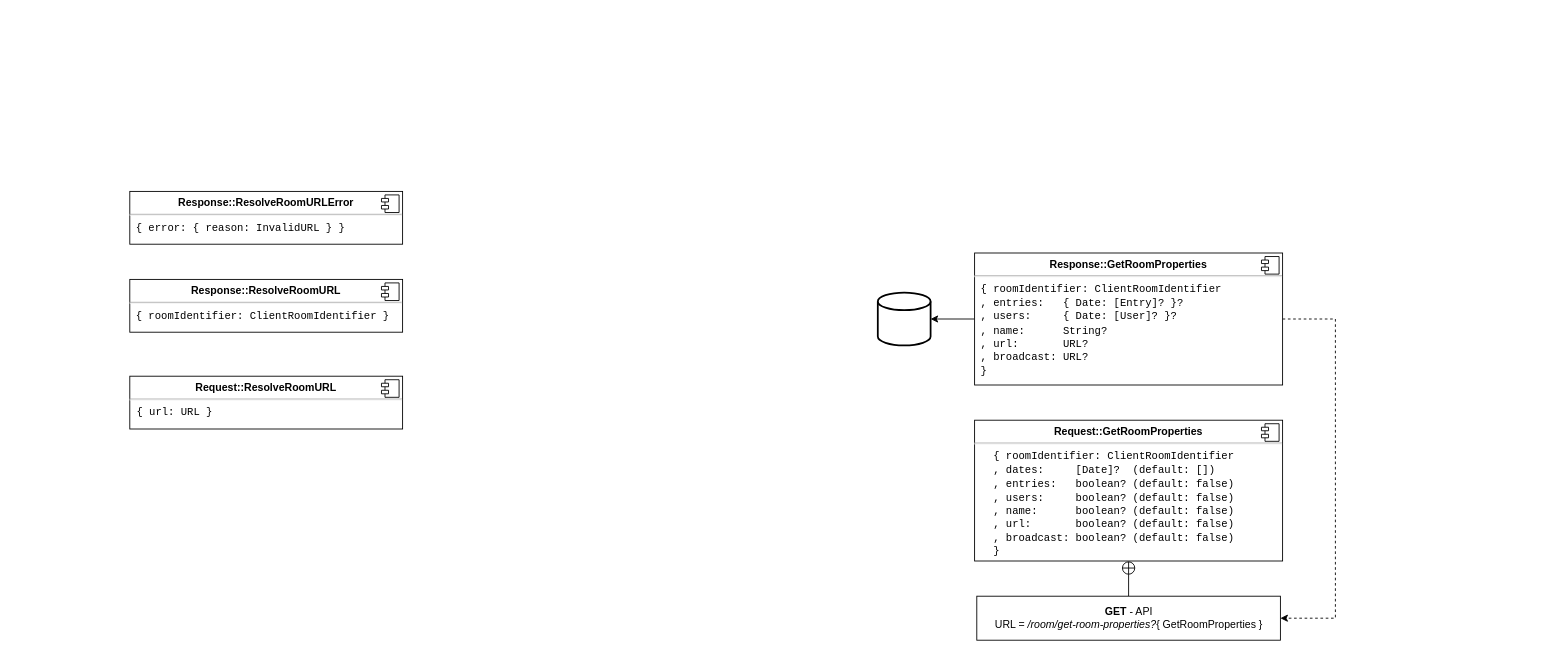
Above: room-protocol.drawio in felixnaredi/situps.space (draw.io), before the change. Source tidied: cells renumbered, new cells numbered last; positions are measured from the earlier drawing's top-left corner, leaving out a move shared by most shapes. Both pictures are drawn from the tidied source at 88%, with x=0, y=0 at pixel (129, 191).
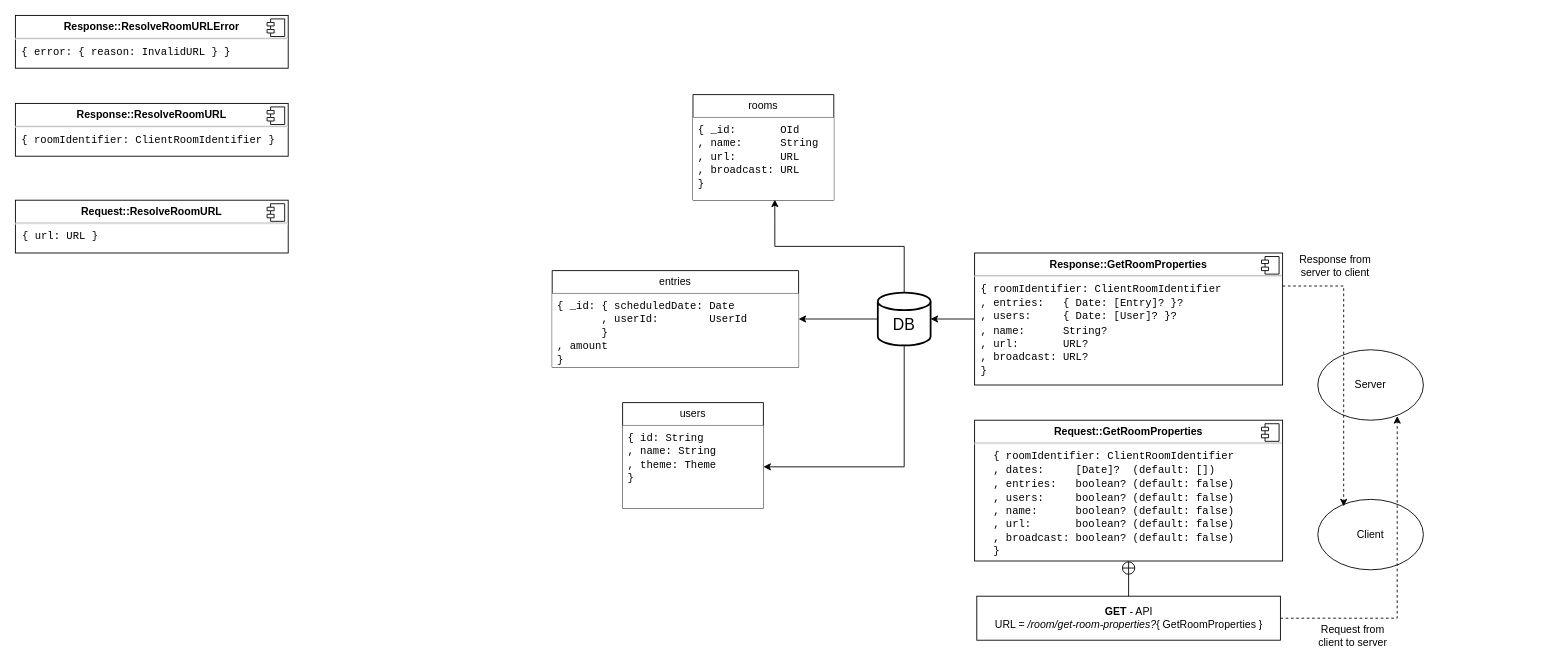
After the change.

Unchanged cells that the change refers to:
```xml
<mxCell id="11" value="&lt;p style=&quot;margin:0px;margin-top:6px;text-align:center;&quot;&gt;&lt;b&gt;Response::GetRoomProperties&lt;/b&gt;&lt;br&gt;&lt;/p&gt;&lt;hr&gt;&lt;div&gt;&lt;font face=&quot;Courier New&quot;&gt;&amp;nbsp;{ roomIdentifier: ClientRoomIdentifier&lt;/font&gt;&lt;/div&gt;&lt;div&gt;&lt;font face=&quot;Courier New&quot;&gt;&amp;nbsp;, entries:&amp;nbsp;&amp;nbsp; { Date: [Entry]? }?&lt;br&gt;&lt;/font&gt;&lt;/div&gt;&lt;div&gt;&lt;font face=&quot;Courier New&quot;&gt;&amp;nbsp;, users:&amp;nbsp;&amp;nbsp;&amp;nbsp;&amp;nbsp; { Date: [User]? }?&lt;br&gt;&lt;/font&gt;&lt;/div&gt;&lt;div&gt;&lt;font face=&quot;Courier New&quot;&gt;&amp;nbsp;, name:&amp;nbsp;&amp;nbsp; &amp;nbsp;&amp;nbsp; String?&lt;/font&gt;&lt;/div&gt;&lt;div&gt;&lt;font face=&quot;Courier New&quot;&gt;&amp;nbsp;, url:&amp;nbsp;&amp;nbsp; &amp;nbsp; &amp;nbsp; URL?&lt;br&gt;&lt;/font&gt;&lt;/div&gt;&lt;div&gt;&lt;font face=&quot;Courier New&quot;&gt;&amp;nbsp;, broadcast: URL?&lt;br&gt;&lt;/font&gt;&lt;/div&gt;&lt;div&gt;&lt;font face=&quot;Courier New&quot;&gt;&amp;nbsp;}&lt;br&gt;&lt;/font&gt;&lt;/div&gt;" style="align=left;overflow=fill;html=1;whiteSpace=wrap;" parent="1" vertex="1">
  <mxGeometry x="960" y="70" width="350" height="150" as="geometry" />
</mxCell>
<mxCell id="17" value="&lt;div&gt;&lt;b&gt;GET &lt;/b&gt;- API&lt;b&gt;&lt;br&gt;&lt;/b&gt;&lt;/div&gt;&lt;div&gt;URL = &lt;i&gt;/room/get-room-properties?&lt;/i&gt;{ GetRoomProperties }&lt;br&gt;&lt;/div&gt;" style="html=1;whiteSpace=wrap;" parent="1" vertex="1">
  <mxGeometry x="962.5" y="460" width="345" height="50" as="geometry" />
</mxCell>
```

Change to the diagram source:
```diff
@@
+    <mxCell id="19" value="&lt;div&gt;Client&lt;/div&gt;" style="ellipse;whiteSpace=wrap;html=1;" parent="1" vertex="1">
+      <mxGeometry x="1350" y="350" width="120" height="80" as="geometry" />
+    </mxCell>
+    <mxCell id="20" value="Server" style="ellipse;whiteSpace=wrap;html=1;" parent="1" vertex="1">
+      <mxGeometry x="1350" y="180" width="120" height="80" as="geometry" />
+    </mxCell>
@@
     <mxCell id="4" value="&lt;p style=&quot;margin:0px;margin-top:6px;text-align:center;&quot;&gt;&lt;b&gt;Request::ResolveRoomURL&lt;/b&gt;&lt;br&gt;&lt;/p&gt;&lt;hr&gt;&lt;p style=&quot;margin:0px;margin-left:8px;&quot;&gt;&lt;font face=&quot;Courier New&quot;&gt;{ url: URL }&lt;/font&gt;&lt;br&gt;&lt;/p&gt;" style="align=left;overflow=fill;html=1;whiteSpace=wrap;" parent="1" vertex="1">
-      <mxGeometry y="210" width="310" height="60" as="geometry" />
+      <mxGeometry x="-130" y="10" width="310" height="60" as="geometry" />
     </mxCell>
@@
     <mxCell id="6" value="&lt;p style=&quot;margin:0px;margin-top:6px;text-align:center;&quot;&gt;&lt;b&gt;Response::ResolveRoomURL&lt;/b&gt;&lt;br&gt;&lt;/p&gt;&lt;hr&gt;&lt;font face=&quot;Courier New&quot;&gt;&amp;nbsp;{ roomIdentifier: ClientRoomIdentifier }&lt;/font&gt;" style="align=left;overflow=fill;html=1;whiteSpace=wrap;" parent="1" vertex="1">
-      <mxGeometry y="100" width="310" height="60" as="geometry" />
+      <mxGeometry x="-130" y="-100" width="310" height="60" as="geometry" />
     </mxCell>
@@
-    <mxCell id="9" style="edgeStyle=orthogonalEdgeStyle;rounded=0;jettySize=auto;html=1;entryX=1;entryY=0.5;entryDx=0;entryDy=0;exitX=1;exitY=0.5;exitDx=0;exitDy=0;dashed=1;" parent="1" edge="1" source="11" target="17">
-      <mxGeometry relative="1" as="geometry">
-        <Array as="points">
-          <mxPoint x="1370" y="145" />
-          <mxPoint x="1370" y="485" />
-        </Array>
-      </mxGeometry>
-    </mxCell>
@@
+    <mxCell id="21" style="edgeStyle=orthogonalEdgeStyle;rounded=0;jettySize=auto;html=1;exitX=1;exitY=0.25;exitDx=0;exitDy=0;entryX=0.245;entryY=0.099;entryDx=0;entryDy=0;entryPerimeter=0;dashed=1;" parent="1" edge="1" source="11" target="19">
+      <mxGeometry relative="1" as="geometry" />
+    </mxCell>
@@
     <mxCell id="13" value="&lt;p style=&quot;margin:0px;margin-top:6px;text-align:center;&quot;&gt;&lt;b&gt;Response::ResolveRoomURLError&lt;/b&gt;&lt;br&gt;&lt;/p&gt;&lt;hr&gt;&lt;font face=&quot;Courier New&quot;&gt;&amp;nbsp;{ error: { reason: InvalidURL } }&lt;br&gt;&lt;/font&gt;" style="align=left;overflow=fill;html=1;whiteSpace=wrap;" parent="1" vertex="1">
-      <mxGeometry width="310" height="60" as="geometry" />
+      <mxGeometry x="-130" y="-200" width="310" height="60" as="geometry" />
     </mxCell>
@@
     <mxCell id="15" style="edgeStyle=orthogonalEdgeStyle;rounded=0;orthogonalLoop=1;jettySize=auto;html=1;exitX=0.5;exitY=1;exitDx=0;exitDy=0;" parent="1" edge="1">
       <mxGeometry relative="1" as="geometry">
-        <mxPoint x="1605" y="190" as="sourcePoint" />
-        <mxPoint x="1605" y="190" as="targetPoint" />
+        <mxPoint x="1475" y="-10" as="sourcePoint" />
+        <mxPoint x="1475" y="-10" as="targetPoint" />
       </mxGeometry>
     </mxCell>
@@
+    <mxCell id="22" style="edgeStyle=orthogonalEdgeStyle;rounded=0;jettySize=auto;html=1;entryX=0.752;entryY=0.942;entryDx=0;entryDy=0;entryPerimeter=0;dashed=1;" parent="1" edge="1" source="17" target="20">
+      <mxGeometry relative="1" as="geometry" />
+    </mxCell>
@@
+    <mxCell id="23" style="edgeStyle=orthogonalEdgeStyle;rounded=0;jettySize=auto;html=1;entryX=0.581;entryY=0.992;entryDx=0;entryDy=0;entryPerimeter=0;" parent="1" edge="1" source="18" target="27">
+      <mxGeometry relative="1" as="geometry" />
+    </mxCell>
+    <mxCell id="24" style="edgeStyle=orthogonalEdgeStyle;rounded=0;jettySize=auto;html=1;" parent="1" edge="1" source="18" target="31">
+      <mxGeometry relative="1" as="geometry" />
+    </mxCell>
+    <mxCell id="25" style="edgeStyle=orthogonalEdgeStyle;rounded=0;jettySize=auto;html=1;entryX=1;entryY=0.5;entryDx=0;entryDy=0;" parent="1" edge="1" source="18" target="28">
+      <mxGeometry relative="1" as="geometry" />
+    </mxCell>
-    <mxCell id="18" style="strokeWidth=2;html=1;shape=mxgraph.flowchart.database;whiteSpace=wrap;" parent="1" vertex="1">
+    <mxCell id="18" value="&lt;div&gt;&lt;br&gt;&lt;/div&gt;&lt;div&gt;&lt;font style=&quot;font-size: 18px;&quot;&gt;DB&lt;/font&gt;&lt;/div&gt;" style="strokeWidth=2;html=1;shape=mxgraph.flowchart.database;whiteSpace=wrap;" parent="1" vertex="1">
       <mxGeometry x="850" y="115" width="60" height="60" as="geometry" />
     </mxCell>
+    <mxCell id="26" value="rooms" style="swimlane;fontStyle=0;horizontal=1;startSize=26;fillColor=default;whiteSpace=wrap;html=1;" parent="1" vertex="1">
+      <mxGeometry x="640" y="-110" width="160" height="120" as="geometry" />
+    </mxCell>
+    <mxCell id="27" value="&lt;div&gt;&lt;font face=&quot;Courier New&quot;&gt;{ _id:&amp;nbsp;&amp;nbsp;&amp;nbsp;&amp;nbsp;&amp;nbsp;&amp;nbsp; OId&lt;br&gt;&lt;/font&gt;&lt;/div&gt;&lt;div&gt;&lt;font face=&quot;Courier New&quot;&gt;, name:&amp;nbsp;&amp;nbsp;&amp;nbsp;&amp;nbsp;&amp;nbsp; String&lt;br&gt;&lt;/font&gt;&lt;/div&gt;&lt;div&gt;&lt;font face=&quot;Courier New&quot;&gt;, url:&amp;nbsp;&amp;nbsp;&amp;nbsp;&amp;nbsp;&amp;nbsp;&amp;nbsp; URL&lt;br&gt;&lt;/font&gt;&lt;/div&gt;&lt;div&gt;&lt;font face=&quot;Courier New&quot;&gt;, broadcast: URL&lt;br&gt;&lt;/font&gt;&lt;/div&gt;&lt;div&gt;&lt;font face=&quot;Courier New&quot;&gt;}&lt;br&gt;&lt;/font&gt;&lt;/div&gt;" style="text;strokeColor=none;fillColor=default;align=left;verticalAlign=top;spacingLeft=4;spacingRight=4;overflow=hidden;points=[[0,0.5],[1,0.5]];portConstraint=eastwest;whiteSpace=wrap;html=1;" parent="26" vertex="1">
+      <mxGeometry y="26" width="160" height="94" as="geometry" />
+    </mxCell>
+    <mxCell id="28" value="entries" style="swimlane;fontStyle=0;horizontal=1;startSize=26;fillColor=default;whiteSpace=wrap;html=1;" parent="1" vertex="1">
+      <mxGeometry x="480" y="90" width="280" height="110" as="geometry" />
+    </mxCell>
+    <mxCell id="29" value="&lt;div&gt;&lt;font face=&quot;Courier New&quot;&gt;{ _id: { scheduledDate: Date&lt;br&gt;&lt;/font&gt;&lt;/div&gt;&lt;div&gt;&lt;font face=&quot;Courier New&quot;&gt;&amp;nbsp;&amp;nbsp;&amp;nbsp;&amp;nbsp;&amp;nbsp;&amp;nbsp; , userId:&amp;nbsp;&amp;nbsp;&amp;nbsp;&amp;nbsp;&amp;nbsp;&amp;nbsp;&amp;nbsp; UserId&lt;/font&gt;&lt;/div&gt;&lt;div&gt;&lt;font face=&quot;Courier New&quot;&gt;&amp;nbsp;&amp;nbsp;&amp;nbsp;&amp;nbsp;&amp;nbsp;&amp;nbsp; }&lt;/font&gt;&lt;/div&gt;&lt;div&gt;&lt;font face=&quot;Courier New&quot;&gt;, amount&lt;br&gt;&lt;/font&gt;&lt;/div&gt;&lt;div&gt;&lt;font face=&quot;Courier New&quot;&gt;}&lt;br&gt;&lt;/font&gt;&lt;/div&gt;" style="text;strokeColor=none;fillColor=default;align=left;verticalAlign=top;spacingLeft=4;spacingRight=4;overflow=hidden;whiteSpace=wrap;html=1;" parent="28" vertex="1">
+      <mxGeometry y="26" width="280" height="84" as="geometry" />
+    </mxCell>
+    <mxCell id="30" value="&lt;div&gt;users&lt;/div&gt;" style="swimlane;fontStyle=0;horizontal=1;startSize=26;fillColor=default;whiteSpace=wrap;html=1;" parent="1" vertex="1">
+      <mxGeometry x="560" y="240" width="160" height="120" as="geometry" />
+    </mxCell>
+    <mxCell id="31" value="&lt;div&gt;&lt;font face=&quot;Courier New&quot;&gt;{ id: String&lt;/font&gt;&lt;/div&gt;&lt;div&gt;&lt;font face=&quot;Courier New&quot;&gt;, name: String&lt;/font&gt;&lt;/div&gt;&lt;div&gt;&lt;font face=&quot;Courier New&quot;&gt;, theme: Theme&lt;/font&gt;&lt;/div&gt;&lt;div&gt;&lt;font face=&quot;Courier New&quot;&gt;}&lt;/font&gt;&lt;br&gt;&lt;/div&gt;" style="text;strokeColor=none;fillColor=default;align=left;verticalAlign=top;spacingLeft=4;spacingRight=4;overflow=hidden;points=[[0,0.5],[1,0.5]];portConstraint=eastwest;whiteSpace=wrap;html=1;" parent="30" vertex="1">
+      <mxGeometry y="26" width="160" height="94" as="geometry" />
+    </mxCell>
+    <mxCell id="32" value="Request from client to server" style="text;html=1;strokeColor=none;fillColor=none;align=center;verticalAlign=middle;whiteSpace=wrap;rounded=0;" parent="1" vertex="1">
+      <mxGeometry x="1340" y="490" width="100" height="30" as="geometry" />
+    </mxCell>
+    <mxCell id="33" value="Response from server to client" style="text;html=1;strokeColor=none;fillColor=none;align=center;verticalAlign=middle;whiteSpace=wrap;rounded=0;" parent="1" vertex="1">
+      <mxGeometry x="1320" y="70" width="100" height="30" as="geometry" />
+    </mxCell>
```
